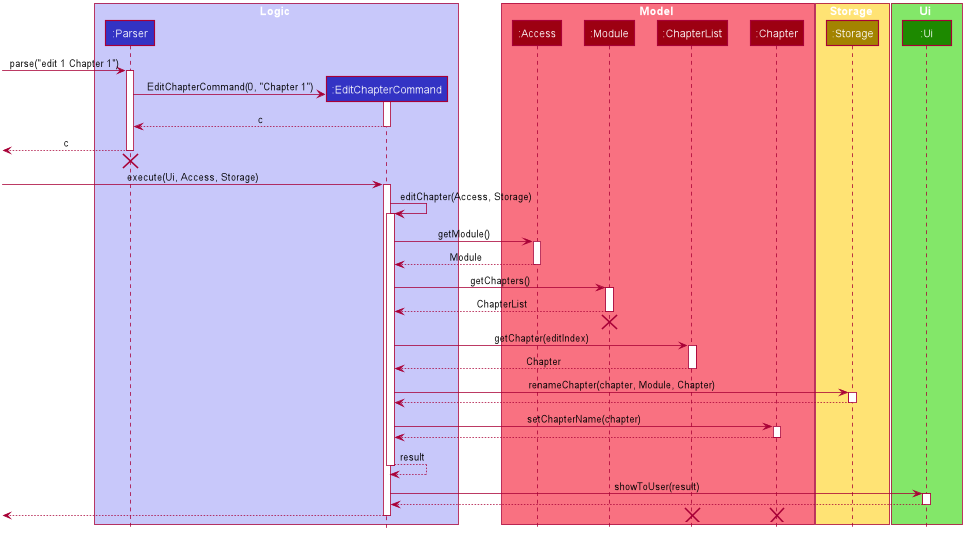
Before: docs/DG_Images/EditChapterSequenceDiagram.png, a diagram exported from PlantUML (nus-cs2113-AY2021S1/tp).
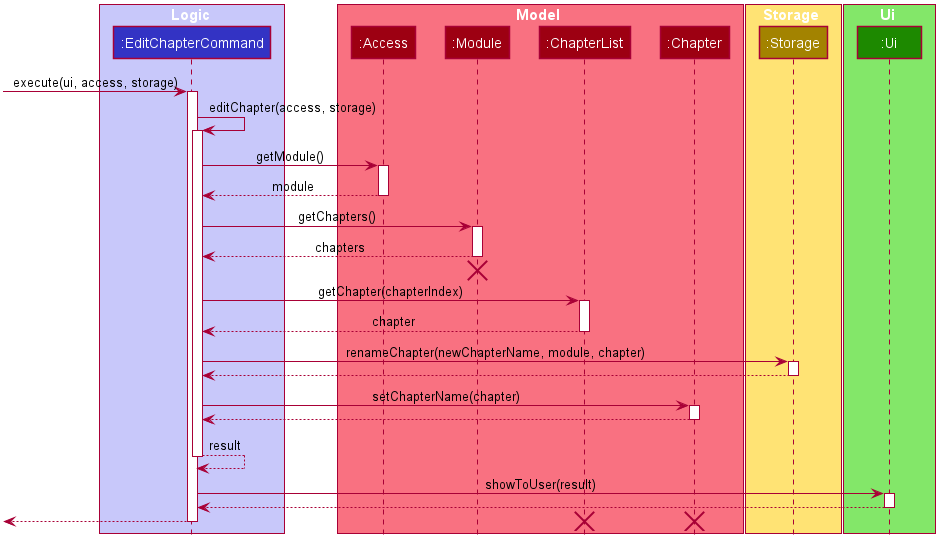
After the change.

Commit message:
Updated sequence diagrams

Change to the diagram source:
```diff
@@ -49,7 +49,6 @@
 hide circle
 
 box Logic #C8C8FA
-participant ":Parser" as Parser #3333C4
 participant ":EditChapterCommand" as EditChapterCommand #3333C4
 end box
 
@@ -68,48 +67,33 @@
 participant ":Ui" as Ui #1D8900
 end box
 
-[-> Parser : parse("edit 1 Chapter 1")
-activate Parser
-
-create EditChapterCommand
-Parser -> EditChapterCommand : EditChapterCommand(0, "Chapter 1")
+[-> EditChapterCommand : execute(ui, access, storage)
 activate EditChapterCommand
 
-EditChapterCommand --> Parser : c
-deactivate EditChapterCommand
-
-[<-- Parser : c
-deactivate Parser
-[<-[hidden]- Parser
-destroy Parser
-
-[-> EditChapterCommand : execute(Ui, Access, Storage)
-activate EditChapterCommand
-
-EditChapterCommand -> EditChapterCommand : editChapter(Access, Storage)
+EditChapterCommand -> EditChapterCommand : editChapter(access, storage)
 activate EditChapterCommand
 
 EditChapterCommand -> Access : getModule()
 activate Access
 
-Access --> EditChapterCommand : Module
+Access --> EditChapterCommand : module
 deactivate Access
 
 EditChapterCommand -> Module : getChapters()
 activate Module
 
-Module --> EditChapterCommand : ChapterList
+Module --> EditChapterCommand : chapters
 deactivate Module
 [<-[hidden]- EditChapterCommand
 destroy Module
 
-EditChapterCommand -> ChapterList : getChapter(editIndex)
+EditChapterCommand -> ChapterList : getChapter(chapterIndex)
 activate ChapterList
 
-ChapterList --> EditChapterCommand : Chapter
+ChapterList --> EditChapterCommand : chapter
 deactivate ChapterList
 
-EditChapterCommand -> Storage : renameChapter(chapter, Module, Chapter)
+EditChapterCommand -> Storage : renameChapter(newChapterName, module, chapter)
 activate Storage
 
 Storage --> EditChapterCommand
```
